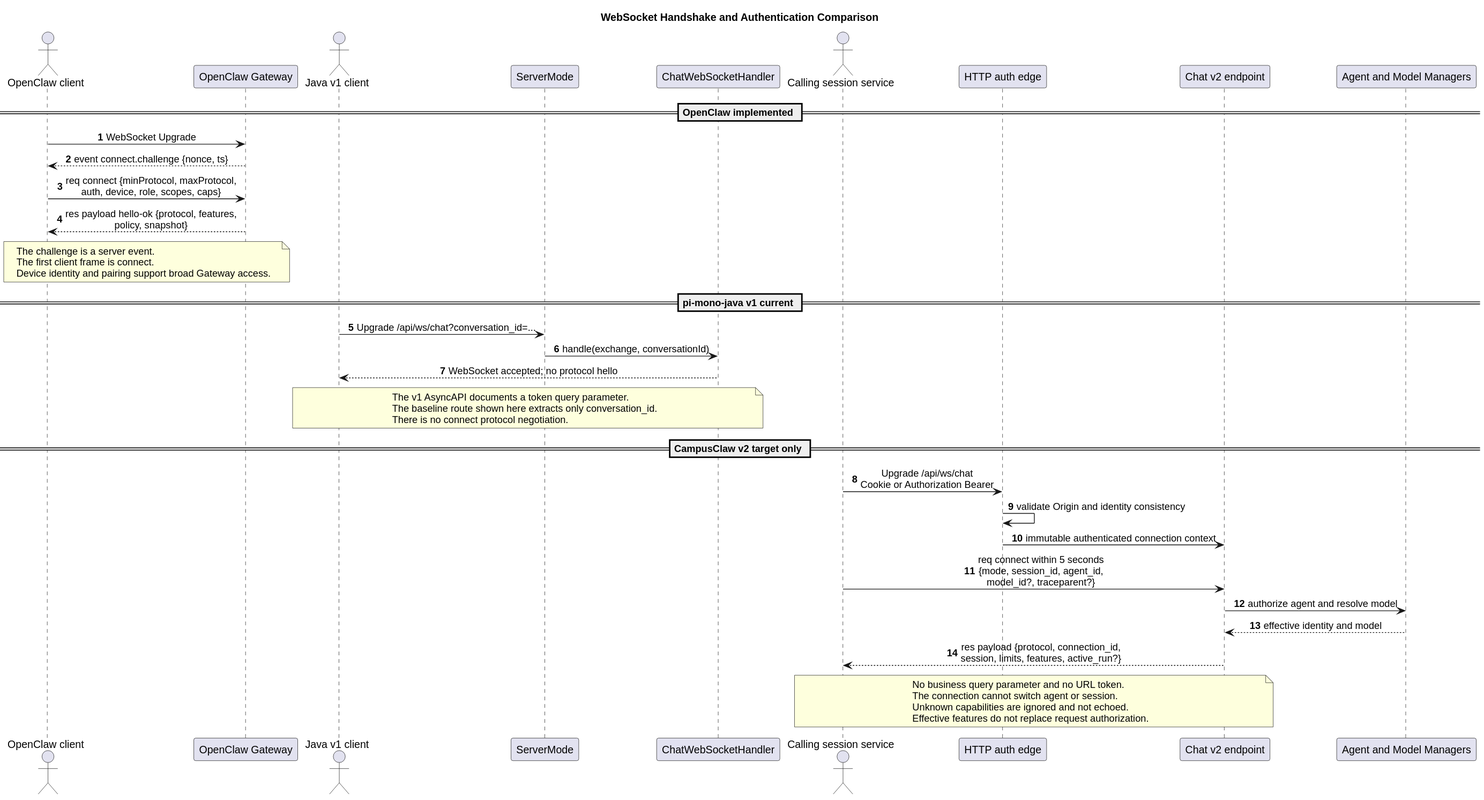
Above: openclaw-campusclaw-websocket-comparison/websocket_handshake_comparison.svg in superheromeZzh/pi-mono-java-design (PlantUML), before the change.
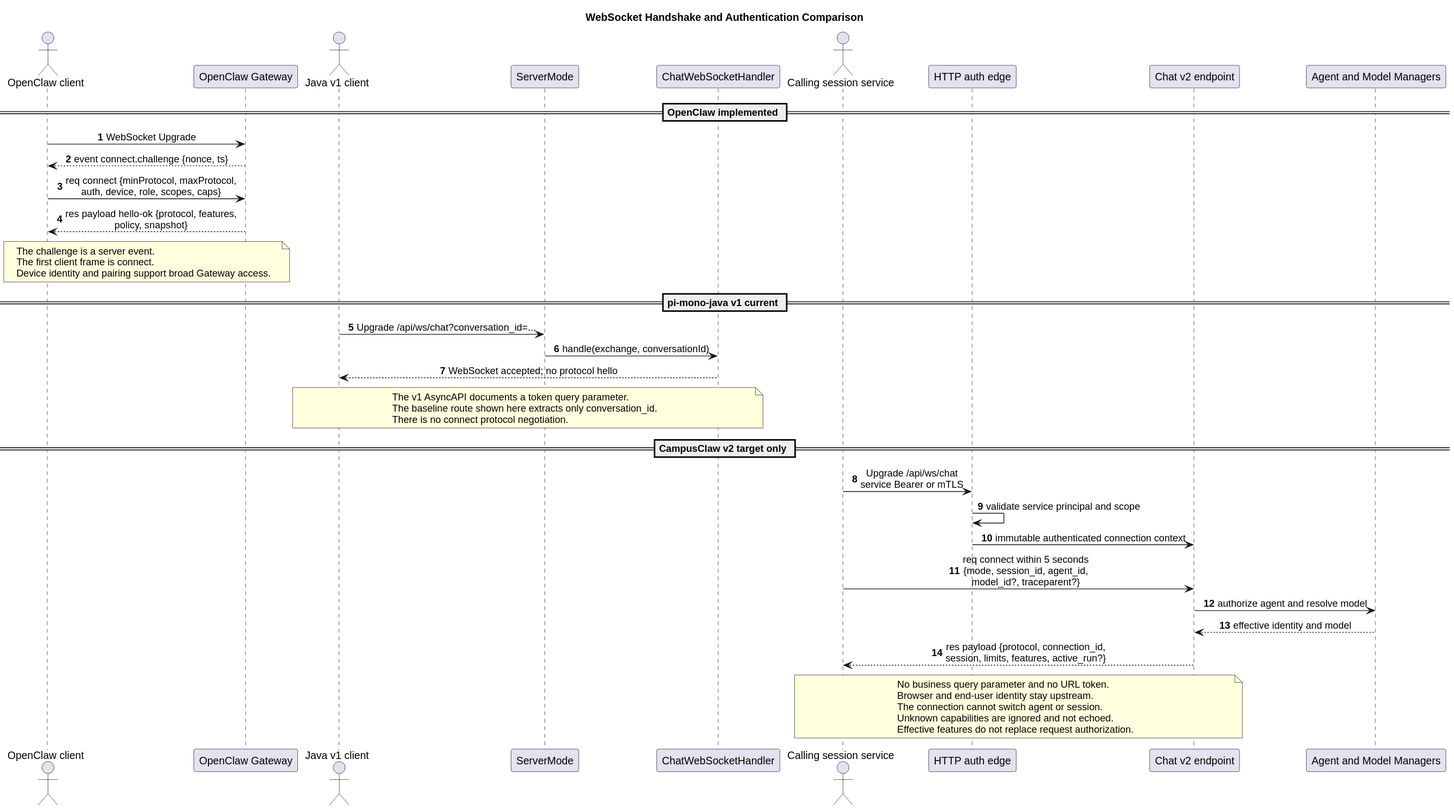
Above is the later version.

Diff of the diagram source:
```diff
@@ -40,8 +40,8 @@
 end note
 
 == CampusClaw v2 target only ==
-CC -> EDGE : Upgrade /api/ws/chat\nCookie or Authorization Bearer
-EDGE -> EDGE : validate Origin and identity consistency
+CC -> EDGE : Upgrade /api/ws/chat\nservice Bearer or mTLS
+EDGE -> EDGE : validate service principal and scope
 EDGE -> V2 : immutable authenticated connection context
 CC -> V2 : req connect within 5 seconds\n{mode, session_id, agent_id,\nmodel_id?, traceparent?}
 V2 -> MGR : authorize agent and resolve model
@@ -49,6 +49,7 @@
 V2 --> CC : res payload {protocol, connection_id,\nsession, limits, features, active_run?}
 note over CC,V2
 No business query parameter and no URL token.
+Browser and end-user identity stay upstream.
 The connection cannot switch agent or session.
 Unknown capabilities are ignored and not echoed.
 Effective features do not replace request authorization.
```
